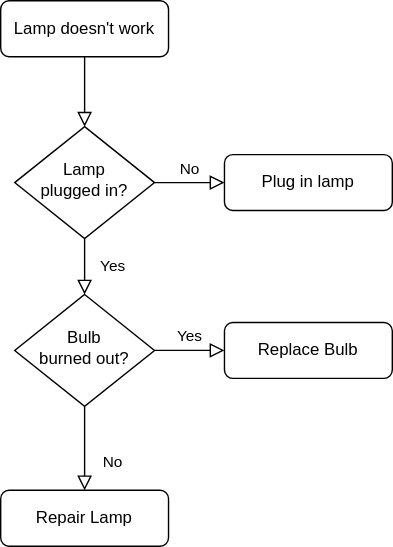
Before: docs/flowdiagram.drawio.svg, a diagram exported from draw.io (nirajmg/networkLB). Source tidied: cells renumbered, new cells last; positions are measured from the earlier drawing's top-left corner, leaving out a move shared by most shapes. Source of this version:
```xml
<mxGraphModel>
  <root>
    <mxCell id="0" />
    <mxCell id="1" parent="0" />
    <mxCell id="2" style="rounded=0;html=1;jettySize=auto;fontSize=11;endArrow=block;endFill=0;endSize=8;strokeWidth=1;shadow=0;labelBackgroundColor=none;edgeStyle=orthogonalEdgeStyle;" parent="1" edge="1" source="3" target="6">
      <mxGeometry relative="1" as="geometry" />
    </mxCell>
    <mxCell id="3" value="Lamp doesn't work" style="rounded=1;whiteSpace=wrap;html=1;fontSize=12;glass=0;strokeWidth=1;shadow=0;" parent="1" vertex="1">
      <mxGeometry width="120" height="40" as="geometry" />
    </mxCell>
    <mxCell id="4" value="Yes" style="rounded=0;html=1;jettySize=auto;fontSize=11;endArrow=block;endFill=0;endSize=8;strokeWidth=1;shadow=0;labelBackgroundColor=none;edgeStyle=orthogonalEdgeStyle;" parent="1" edge="1" source="6" target="10">
      <mxGeometry y="20" relative="1" as="geometry" />
    </mxCell>
    <mxCell id="5" value="No" style="edgeStyle=orthogonalEdgeStyle;rounded=0;html=1;jettySize=auto;fontSize=11;endArrow=block;endFill=0;endSize=8;strokeWidth=1;shadow=0;labelBackgroundColor=none;" parent="1" edge="1" source="6" target="7">
      <mxGeometry y="10" relative="1" as="geometry" />
    </mxCell>
    <mxCell id="6" value="Lamp&lt;br&gt;plugged in?" style="rhombus;whiteSpace=wrap;html=1;shadow=0;fontFamily=Helvetica;fontSize=12;align=center;strokeWidth=1;spacing=6;spacingTop=-4;" parent="1" vertex="1">
      <mxGeometry x="10" y="90" width="100" height="80" as="geometry" />
    </mxCell>
    <mxCell id="7" value="Plug in lamp" style="rounded=1;whiteSpace=wrap;html=1;fontSize=12;glass=0;strokeWidth=1;shadow=0;" parent="1" vertex="1">
      <mxGeometry x="160" y="110" width="120" height="40" as="geometry" />
    </mxCell>
    <mxCell id="8" value="No" style="rounded=0;html=1;jettySize=auto;fontSize=11;endArrow=block;endFill=0;endSize=8;strokeWidth=1;shadow=0;labelBackgroundColor=none;edgeStyle=orthogonalEdgeStyle;" parent="1" edge="1" source="10" target="11">
      <mxGeometry x="0.33" y="20" relative="1" as="geometry" />
    </mxCell>
    <mxCell id="9" value="Yes" style="edgeStyle=orthogonalEdgeStyle;rounded=0;html=1;jettySize=auto;fontSize=11;endArrow=block;endFill=0;endSize=8;strokeWidth=1;shadow=0;labelBackgroundColor=none;" parent="1" edge="1" source="10" target="12">
      <mxGeometry y="10" relative="1" as="geometry" />
    </mxCell>
    <mxCell id="10" value="Bulb&lt;br&gt;burned out?" style="rhombus;whiteSpace=wrap;html=1;shadow=0;fontFamily=Helvetica;fontSize=12;align=center;strokeWidth=1;spacing=6;spacingTop=-4;" parent="1" vertex="1">
      <mxGeometry x="10" y="210" width="100" height="80" as="geometry" />
    </mxCell>
    <mxCell id="11" value="Repair Lamp" style="rounded=1;whiteSpace=wrap;html=1;fontSize=12;glass=0;strokeWidth=1;shadow=0;" parent="1" vertex="1">
      <mxGeometry y="350" width="120" height="40" as="geometry" />
    </mxCell>
    <mxCell id="12" value="Replace Bulb" style="rounded=1;whiteSpace=wrap;html=1;fontSize=12;glass=0;strokeWidth=1;shadow=0;" parent="1" vertex="1">
      <mxGeometry x="160" y="230" width="120" height="40" as="geometry" />
    </mxCell>
  </root>
</mxGraphModel>
```
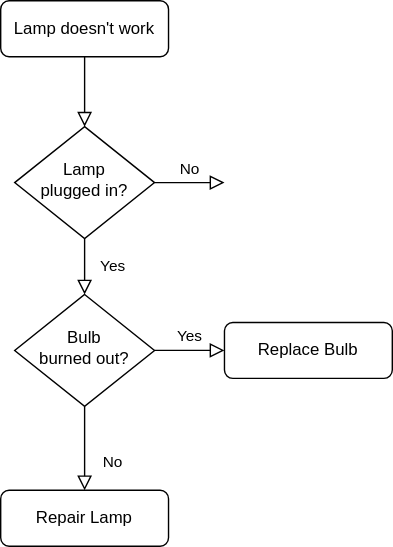
Later version of the same file.

What changed in the source:
```diff
@@ -11,15 +11,14 @@
     <mxCell id="4" value="Yes" style="rounded=0;html=1;jettySize=auto;fontSize=11;endArrow=block;endFill=0;endSize=8;strokeWidth=1;shadow=0;labelBackgroundColor=none;edgeStyle=orthogonalEdgeStyle;" parent="1" edge="1" source="6" target="10">
       <mxGeometry y="20" relative="1" as="geometry" />
     </mxCell>
-    <mxCell id="5" value="No" style="edgeStyle=orthogonalEdgeStyle;rounded=0;html=1;jettySize=auto;fontSize=11;endArrow=block;endFill=0;endSize=8;strokeWidth=1;shadow=0;labelBackgroundColor=none;" parent="1" edge="1" source="6" target="7">
-      <mxGeometry y="10" relative="1" as="geometry" />
+    <mxCell id="5" value="No" style="edgeStyle=orthogonalEdgeStyle;rounded=0;html=1;jettySize=auto;fontSize=11;endArrow=block;endFill=0;endSize=8;strokeWidth=1;shadow=0;labelBackgroundColor=none;" parent="1" edge="1" source="6">
+      <mxGeometry y="10" relative="1" as="geometry">
+        <mxPoint x="160" y="130" as="targetPoint" />
+      </mxGeometry>
     </mxCell>
     <mxCell id="6" value="Lamp&lt;br&gt;plugged in?" style="rhombus;whiteSpace=wrap;html=1;shadow=0;fontFamily=Helvetica;fontSize=12;align=center;strokeWidth=1;spacing=6;spacingTop=-4;" parent="1" vertex="1">
       <mxGeometry x="10" y="90" width="100" height="80" as="geometry" />
     </mxCell>
-    <mxCell id="7" value="Plug in lamp" style="rounded=1;whiteSpace=wrap;html=1;fontSize=12;glass=0;strokeWidth=1;shadow=0;" parent="1" vertex="1">
-      <mxGeometry x="160" y="110" width="120" height="40" as="geometry" />
-    </mxCell>
     <mxCell id="8" value="No" style="rounded=0;html=1;jettySize=auto;fontSize=11;endArrow=block;endFill=0;endSize=8;strokeWidth=1;shadow=0;labelBackgroundColor=none;edgeStyle=orthogonalEdgeStyle;" parent="1" edge="1" source="10" target="11">
       <mxGeometry x="0.33" y="20" relative="1" as="geometry" />
     </mxCell>
```
